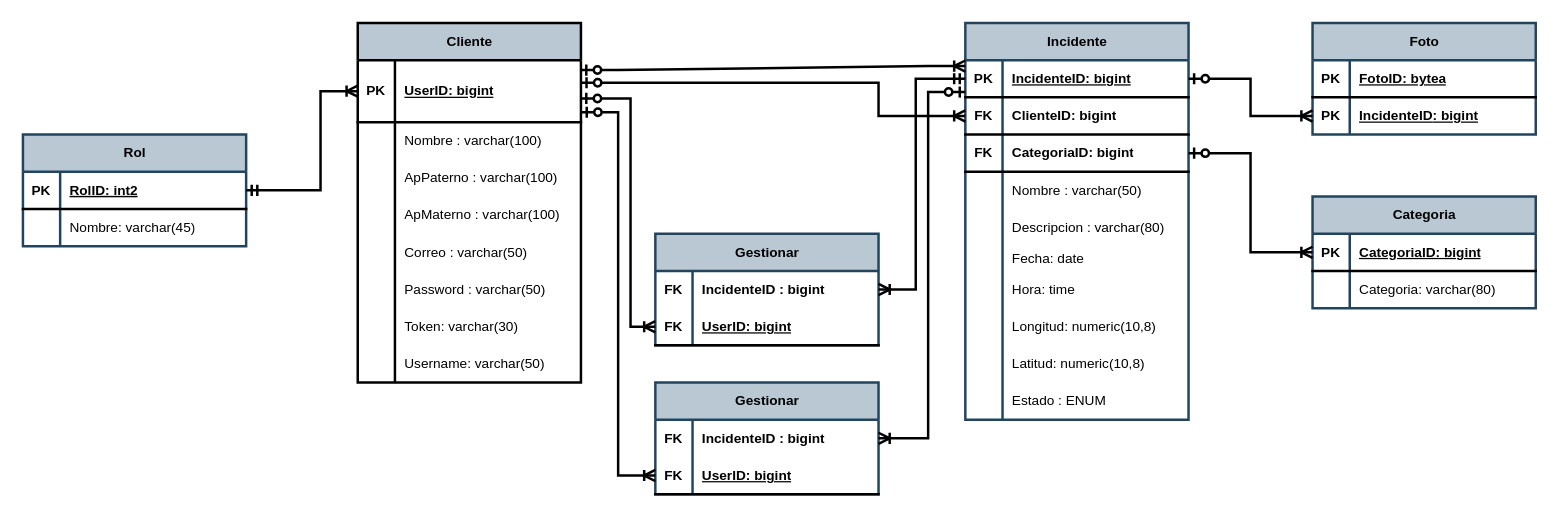
The draw.io diagram page "MR v1.1.3" (2 of 4) of database/diagrams/SISREP-DB-MODELOS.drawio in ingenieria-software-7009-2025-2/backendcouncil-api, before the edit. Source tidied: cells renumbered, new cells numbered last; positions are measured from the earlier drawing's top-left corner, leaving out a move shared by most shapes. Both pictures are drawn from the tidied source at 124%, with x=0, y=0 at pixel (22, 22).
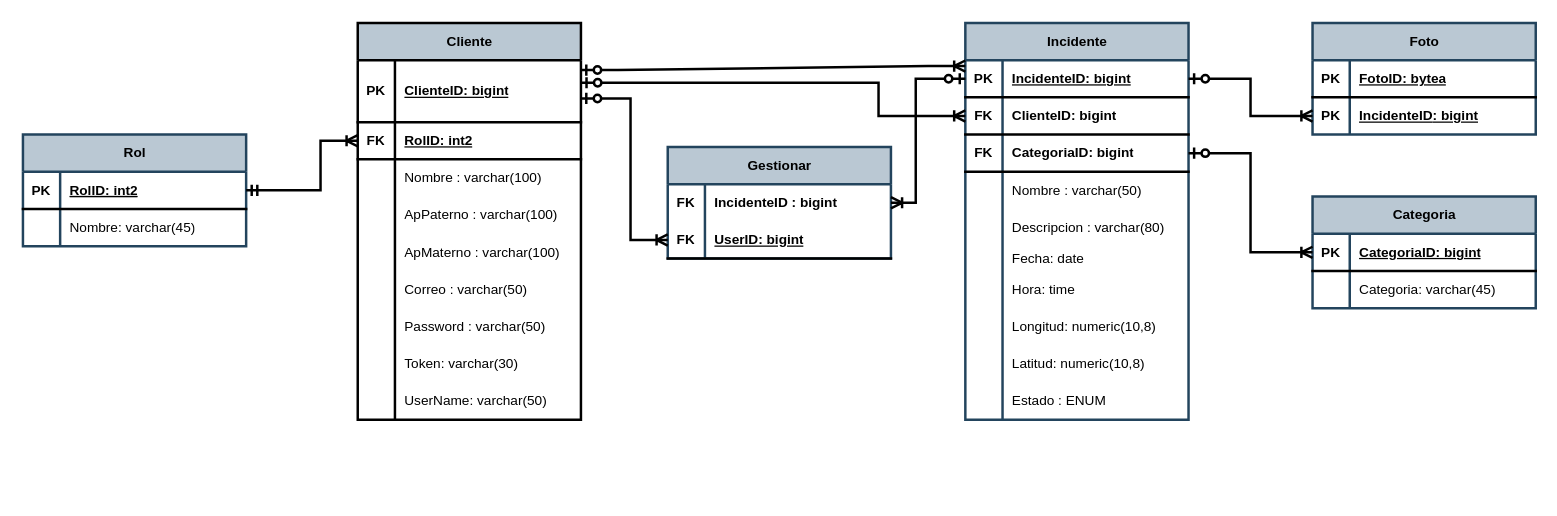
Above is the later version.

Unchanged cells that the change refers to:
```xml
<mxCell id="3" style="shape=tableRow;horizontal=0;startSize=0;swimlaneHead=0;swimlaneBody=0;fillColor=none;points=[[0,0.5],[1,0.5]];portConstraint=eastwest;top=0;left=0;right=0;bottom=1;fontFamily=Helvetica;fontSize=11;fontColor=default;labelBackgroundColor=default;strokeWidth=2;" parent="2" vertex="1">
  <mxGeometry y="30" width="180" height="50" as="geometry" />
</mxCell>
<mxCell id="31" style="shape=tableRow;horizontal=0;startSize=0;swimlaneHead=0;swimlaneBody=0;fillColor=none;top=0;left=0;right=0;bottom=0;fontFamily=Helvetica;fontSize=11;fontColor=default;labelBackgroundColor=default;strokeWidth=2;" parent="27" vertex="1">
  <mxGeometry y="60" width="180" height="30" as="geometry" />
</mxCell>
<mxCell id="35" style="shape=tableRow;horizontal=0;startSize=0;swimlaneHead=0;swimlaneBody=0;fillColor=none;points=[[0,0.5],[1,0.5]];portConstraint=eastwest;top=0;left=0;right=0;bottom=1;fontFamily=Helvetica;fontSize=11;fontColor=default;labelBackgroundColor=default;strokeWidth=2;" parent="34" vertex="1">
  <mxGeometry y="30" width="180" height="30" as="geometry" />
</mxCell>
<mxCell id="74" style="shape=tableRow;horizontal=0;startSize=0;swimlaneHead=0;swimlaneBody=0;fillColor=none;points=[[0,0.5],[1,0.5]];portConstraint=eastwest;top=0;left=0;right=0;bottom=0;fontFamily=Helvetica;fontSize=11;fontColor=default;labelBackgroundColor=default;strokeWidth=2;" parent="73" vertex="1">
  <mxGeometry y="30" width="180" height="30" as="geometry" />
</mxCell>
<mxCell id="77" style="shape=tableRow;horizontal=0;startSize=0;swimlaneHead=0;swimlaneBody=0;fillColor=none;points=[[0,0.5],[1,0.5]];portConstraint=eastwest;top=0;left=0;right=0;bottom=1;fontFamily=Helvetica;fontSize=11;fontColor=default;labelBackgroundColor=default;strokeWidth=2;" parent="73" vertex="1">
  <mxGeometry y="60" width="180" height="30" as="geometry" />
</mxCell>
<mxCell id="95" style="shape=tableRow;horizontal=0;startSize=0;swimlaneHead=0;swimlaneBody=0;fillColor=none;points=[[0,0.5],[1,0.5]];portConstraint=eastwest;top=0;left=0;right=0;bottom=1;fontFamily=Helvetica;fontSize=11;fontColor=default;labelBackgroundColor=default;strokeWidth=2;" parent="94" vertex="1">
  <mxGeometry y="30" width="180" height="30" as="geometry" />
</mxCell>
```

What changed in the source:
```diff
@@
     <mxCell id="2" value="&lt;span&gt;Cliente&lt;/span&gt;" style="shape=table;startSize=30;childLayout=tableLayout;rowLines=0;fontStyle=1;align=center;html=1;fontFamily=Helvetica;fontSize=11;labelBackgroundColor=none;strokeWidth=2;fillColor=#bac8d3;strokeColor=default;swimlaneBody=1;swimlaneHead=1;horizontal=1;fixDash=0;swimlaneLine=1;rounded=0;" parent="1" vertex="1">
-      <mxGeometry x="270" width="180" height="290" as="geometry" />
+      <mxGeometry x="270" width="180" height="320" as="geometry" />
     </mxCell>
@@
-    <mxCell id="5" value="UserID: bigint" style="shape=partialRectangle;fillColor=none;top=0;left=0;bottom=0;right=0;align=left;spacingLeft=6;fontStyle=5;overflow=hidden;whiteSpace=wrap;html=1;fontFamily=Helvetica;fontSize=11;fontColor=default;labelBackgroundColor=default;strokeWidth=2;" parent="3" vertex="1">
+    <mxCell id="5" value="ClienteID: bigint" style="shape=partialRectangle;fillColor=none;top=0;left=0;bottom=0;right=0;align=left;spacingLeft=6;fontStyle=5;overflow=hidden;whiteSpace=wrap;html=1;fontFamily=Helvetica;fontSize=11;fontColor=default;labelBackgroundColor=default;strokeWidth=2;" parent="3" vertex="1">
       <mxGeometry x="30" width="150" height="50" as="geometry" />
     </mxCell>
+    <mxCell id="102" style="shape=tableRow;horizontal=0;startSize=0;swimlaneHead=0;swimlaneBody=0;fillColor=none;points=[[0,0.5],[1,0.5]];portConstraint=eastwest;top=0;left=0;right=0;bottom=1;fontFamily=Helvetica;fontSize=11;fontColor=default;labelBackgroundColor=default;strokeWidth=2;" parent="2" vertex="1">
+      <mxGeometry y="80" width="180" height="30" as="geometry" />
+    </mxCell>
+    <mxCell id="90" value="FK" style="shape=partialRectangle;fillColor=none;top=0;left=0;bottom=0;right=0;fontStyle=1;overflow=hidden;whiteSpace=wrap;html=1;fontFamily=Helvetica;fontSize=11;fontColor=default;labelBackgroundColor=default;strokeWidth=2;" parent="102" vertex="1">
+      <mxGeometry width="30" height="30" as="geometry" />
+    </mxCell>
+    <mxCell id="103" value="RolID: int2" style="shape=partialRectangle;fillColor=none;top=0;left=0;bottom=0;right=0;align=left;spacingLeft=6;fontStyle=5;overflow=hidden;whiteSpace=wrap;html=1;fontFamily=Helvetica;fontSize=11;fontColor=default;labelBackgroundColor=default;strokeWidth=2;" parent="102" vertex="1">
+      <mxGeometry x="30" width="150" height="30" as="geometry" />
+    </mxCell>
     <mxCell id="6" style="shape=tableRow;horizontal=0;startSize=0;swimlaneHead=0;swimlaneBody=0;fillColor=none;top=0;left=0;right=0;bottom=0;fontFamily=Helvetica;fontSize=11;fontColor=default;labelBackgroundColor=default;strokeWidth=2;" parent="2" vertex="1">
-      <mxGeometry y="80" width="180" height="30" as="geometry" />
+      <mxGeometry y="110" width="180" height="30" as="geometry" />
     </mxCell>
@@
     <mxCell id="9" style="shape=tableRow;horizontal=0;startSize=0;swimlaneHead=0;swimlaneBody=0;fillColor=none;top=0;left=0;right=0;bottom=0;fontFamily=Helvetica;fontSize=11;fontColor=default;labelBackgroundColor=default;strokeWidth=2;" parent="2" vertex="1">
-      <mxGeometry y="110" width="180" height="30" as="geometry" />
+      <mxGeometry y="140" width="180" height="30" as="geometry" />
     </mxCell>
@@
     <mxCell id="12" style="shape=tableRow;horizontal=0;startSize=0;swimlaneHead=0;swimlaneBody=0;fillColor=none;top=0;left=0;right=0;bottom=0;fontFamily=Helvetica;fontSize=11;fontColor=default;labelBackgroundColor=default;strokeWidth=2;" parent="2" vertex="1">
-      <mxGeometry y="140" width="180" height="30" as="geometry" />
+      <mxGeometry y="170" width="180" height="30" as="geometry" />
     </mxCell>
@@
     <mxCell id="15" style="shape=tableRow;horizontal=0;startSize=0;swimlaneHead=0;swimlaneBody=0;fillColor=none;top=0;left=0;right=0;bottom=0;fontFamily=Helvetica;fontSize=11;fontColor=default;labelBackgroundColor=default;strokeWidth=2;" parent="2" vertex="1">
-      <mxGeometry y="170" width="180" height="30" as="geometry" />
+      <mxGeometry y="200" width="180" height="30" as="geometry" />
     </mxCell>
@@
     <mxCell id="18" style="shape=tableRow;horizontal=0;startSize=0;swimlaneHead=0;swimlaneBody=0;fillColor=none;top=0;left=0;right=0;bottom=0;fontFamily=Helvetica;fontSize=11;fontColor=default;labelBackgroundColor=default;strokeWidth=2;" parent="2" vertex="1">
-      <mxGeometry y="200" width="180" height="30" as="geometry" />
+      <mxGeometry y="230" width="180" height="30" as="geometry" />
     </mxCell>
@@
     <mxCell id="21" style="shape=tableRow;horizontal=0;startSize=0;swimlaneHead=0;swimlaneBody=0;fillColor=none;top=0;left=0;right=0;bottom=0;fontFamily=Helvetica;fontSize=11;fontColor=default;labelBackgroundColor=default;strokeWidth=2;" parent="2" vertex="1">
-      <mxGeometry y="230" width="180" height="30" as="geometry" />
+      <mxGeometry y="260" width="180" height="30" as="geometry" />
     </mxCell>
@@
     <mxCell id="24" style="shape=tableRow;horizontal=0;startSize=0;swimlaneHead=0;swimlaneBody=0;fillColor=none;top=0;left=0;right=0;bottom=0;fontFamily=Helvetica;fontSize=11;fontColor=default;labelBackgroundColor=default;strokeWidth=2;" parent="2" vertex="1">
-      <mxGeometry y="260" width="180" height="30" as="geometry" />
+      <mxGeometry y="290" width="180" height="30" as="geometry" />
     </mxCell>
@@
-    <mxCell id="26" value="Username:&amp;nbsp;varchar(50)" style="shape=partialRectangle;fillColor=none;top=0;left=0;bottom=0;right=0;align=left;spacingLeft=6;overflow=hidden;whiteSpace=wrap;html=1;fontFamily=Helvetica;fontSize=11;fontColor=default;labelBackgroundColor=default;strokeWidth=2;" parent="24" vertex="1">
+    <mxCell id="26" value="UserName:&amp;nbsp;varchar(50)" style="shape=partialRectangle;fillColor=none;top=0;left=0;bottom=0;right=0;align=left;spacingLeft=6;overflow=hidden;whiteSpace=wrap;html=1;fontFamily=Helvetica;fontSize=11;fontColor=default;labelBackgroundColor=default;strokeWidth=2;" parent="24" vertex="1">
       <mxGeometry x="30" width="150" height="30" as="geometry" />
     </mxCell>
@@
-    <mxCell id="33" value="Categoria: varchar(80)" style="shape=partialRectangle;fillColor=none;top=0;left=0;bottom=0;right=0;align=left;spacingLeft=6;overflow=hidden;whiteSpace=wrap;html=1;fontFamily=Helvetica;fontSize=11;fontColor=default;labelBackgroundColor=default;strokeWidth=2;" parent="31" vertex="1">
+    <mxCell id="33" value="Categoria: varchar(45)" style="shape=partialRectangle;fillColor=none;top=0;left=0;bottom=0;right=0;align=left;spacingLeft=6;overflow=hidden;whiteSpace=wrap;html=1;fontFamily=Helvetica;fontSize=11;fontColor=default;labelBackgroundColor=default;strokeWidth=2;" parent="31" vertex="1">
       <mxGeometry x="30" width="150" height="30" as="geometry" />
     </mxCell>
@@
     <mxCell id="73" value="&lt;span style=&quot;&quot;&gt;Gestionar&lt;/span&gt;" style="shape=table;startSize=30;childLayout=tableLayout;rowLines=0;fontStyle=1;align=center;html=1;fontFamily=Helvetica;fontSize=11;labelBackgroundColor=none;strokeWidth=2;fillColor=#bac8d3;strokeColor=light-dark(#23445D,#FFFFFF);top=1;" parent="1" vertex="1">
-      <mxGeometry x="510" y="170" width="180" height="90" as="geometry" />
+      <mxGeometry x="520" y="100" width="180" height="90" as="geometry" />
     </mxCell>
@@
     <mxCell id="80" style="edgeStyle=orthogonalEdgeStyle;fontSize=12;html=1;endArrow=ERoneToMany;startArrow=ERzeroToOne;rounded=0;strokeColor=default;align=center;verticalAlign=middle;fontFamily=Helvetica;fontColor=default;labelBackgroundColor=default;entryX=0;entryY=0.5;entryDx=0;entryDy=0;startFill=0;strokeWidth=2;exitX=0.999;exitY=0.617;exitDx=0;exitDy=0;exitPerimeter=0;" parent="1" edge="1" source="3" target="77">
       <mxGeometry relative="1" as="geometry">
         <Array as="points">
           <mxPoint x="490" y="61" />
-          <mxPoint x="490" y="245" />
+          <mxPoint x="490" y="175" />
         </Array>
       </mxGeometry>
     </mxCell>
-    <mxCell id="81" style="edgeStyle=orthogonalEdgeStyle;fontSize=12;html=1;endArrow=ERmandOne;startArrow=ERoneToMany;rounded=0;strokeColor=default;align=center;verticalAlign=middle;fontFamily=Helvetica;fontColor=default;labelBackgroundColor=default;startFill=0;endFill=0;strokeWidth=2;exitX=1;exitY=0.5;exitDx=0;exitDy=0;entryX=0;entryY=0.5;entryDx=0;entryDy=0;" parent="1" edge="1" source="74" target="35">
+    <mxCell id="81" style="edgeStyle=orthogonalEdgeStyle;fontSize=12;html=1;endArrow=ERzeroToOne;startArrow=ERoneToMany;rounded=0;strokeColor=default;align=center;verticalAlign=middle;fontFamily=Helvetica;fontColor=default;labelBackgroundColor=default;startFill=0;endFill=0;strokeWidth=2;exitX=1;exitY=0.5;exitDx=0;exitDy=0;entryX=0;entryY=0.5;entryDx=0;entryDy=0;" parent="1" edge="1" source="74" target="35">
       <mxGeometry relative="1" as="geometry">
         <Array as="points">
-          <mxPoint x="720" y="215" />
+          <mxPoint x="720" y="145" />
           <mxPoint x="720" y="45" />
         </Array>
       </mxGeometry>
     </mxCell>
@@
-    <mxCell id="85" value="Gestionar" style="shape=table;startSize=30;childLayout=tableLayout;rowLines=0;fontStyle=1;align=center;html=1;fontFamily=Helvetica;fontSize=11;labelBackgroundColor=none;strokeWidth=2;fillColor=#bac8d3;strokeColor=light-dark(#23445D,#FFFFFF);" parent="1" vertex="1">
-      <mxGeometry x="510" y="290" width="180" height="90" as="geometry" />
-    </mxCell>
-    <mxCell id="86" style="shape=tableRow;horizontal=0;startSize=0;swimlaneHead=0;swimlaneBody=0;fillColor=none;points=[[0,0.5],[1,0.5]];portConstraint=eastwest;top=0;left=0;right=0;bottom=0;fontFamily=Helvetica;fontSize=11;fontColor=default;labelBackgroundColor=default;strokeWidth=2;" parent="85" vertex="1">
-      <mxGeometry y="30" width="180" height="30" as="geometry" />
-    </mxCell>
-    <mxCell id="87" value="&lt;b&gt;FK&lt;/b&gt;" style="shape=partialRectangle;fillColor=none;top=0;left=0;bottom=0;right=0;overflow=hidden;whiteSpace=wrap;html=1;fontFamily=Helvetica;fontSize=11;fontColor=default;labelBackgroundColor=default;strokeWidth=2;" parent="86" vertex="1">
-      <mxGeometry width="30" height="30" as="geometry" />
-    </mxCell>
-    <mxCell id="88" value="&lt;b&gt;IncidenteID : bigint&lt;/b&gt;" style="shape=partialRectangle;fillColor=none;top=0;left=0;bottom=0;right=0;align=left;spacingLeft=6;overflow=hidden;whiteSpace=wrap;html=1;fontFamily=Helvetica;fontSize=11;fontColor=default;labelBackgroundColor=default;strokeWidth=2;" parent="86" vertex="1">
-      <mxGeometry x="30" width="150" height="30" as="geometry" />
-    </mxCell>
-    <mxCell id="89" style="shape=tableRow;horizontal=0;startSize=0;swimlaneHead=0;swimlaneBody=0;fillColor=none;points=[[0,0.5],[1,0.5]];portConstraint=eastwest;top=0;left=0;right=0;bottom=1;fontFamily=Helvetica;fontSize=11;fontColor=default;labelBackgroundColor=default;strokeWidth=2;" parent="85" vertex="1">
-      <mxGeometry y="60" width="180" height="30" as="geometry" />
-    </mxCell>
-    <mxCell id="90" value="FK" style="shape=partialRectangle;fillColor=none;top=0;left=0;bottom=0;right=0;fontStyle=1;overflow=hidden;whiteSpace=wrap;html=1;fontFamily=Helvetica;fontSize=11;fontColor=default;labelBackgroundColor=default;strokeWidth=2;" parent="89" vertex="1">
-      <mxGeometry width="30" height="30" as="geometry" />
-    </mxCell>
-    <mxCell id="91" value="UserID: bigint" style="shape=partialRectangle;fillColor=none;top=0;left=0;bottom=0;right=0;align=left;spacingLeft=6;fontStyle=5;overflow=hidden;whiteSpace=wrap;html=1;fontFamily=Helvetica;fontSize=11;fontColor=default;labelBackgroundColor=default;strokeWidth=2;" parent="89" vertex="1">
-      <mxGeometry x="30" width="150" height="30" as="geometry" />
-    </mxCell>
-    <mxCell id="92" style="edgeStyle=orthogonalEdgeStyle;fontSize=12;html=1;endArrow=ERoneToMany;startArrow=ERzeroToOne;rounded=0;strokeColor=default;align=center;verticalAlign=middle;fontFamily=Helvetica;fontColor=default;labelBackgroundColor=default;entryX=0;entryY=0.5;entryDx=0;entryDy=0;startFill=0;strokeWidth=2;exitX=1.001;exitY=0.84;exitDx=0;exitDy=0;exitPerimeter=0;" parent="1" edge="1" source="3" target="89">
-      <mxGeometry relative="1" as="geometry">
-        <Array as="points">
-          <mxPoint x="480" y="72" />
-          <mxPoint x="480" y="365" />
-        </Array>
-      </mxGeometry>
-    </mxCell>
-    <mxCell id="93" style="edgeStyle=orthogonalEdgeStyle;fontSize=12;html=1;endArrow=ERoneToMany;startArrow=ERzeroToOne;rounded=0;strokeColor=default;align=center;verticalAlign=middle;fontFamily=Helvetica;fontColor=default;labelBackgroundColor=default;entryX=1;entryY=0.5;entryDx=0;entryDy=0;startFill=0;strokeWidth=2;exitX=0;exitY=0.858;exitDx=0;exitDy=0;exitPerimeter=0;" parent="1" edge="1" source="35" target="86">
-      <mxGeometry relative="1" as="geometry">
-        <Array as="points">
-          <mxPoint x="730" y="56" />
-          <mxPoint x="730" y="335" />
-        </Array>
-      </mxGeometry>
-    </mxCell>
@@
-    <mxCell id="101" style="edgeStyle=orthogonalEdgeStyle;fontSize=12;html=1;endArrow=ERmandOne;startArrow=ERoneToMany;rounded=0;strokeColor=default;align=center;verticalAlign=middle;fontFamily=Helvetica;fontColor=default;labelBackgroundColor=default;entryX=1;entryY=0.5;entryDx=0;entryDy=0;startFill=0;strokeWidth=2;exitX=0;exitY=0.5;exitDx=0;exitDy=0;endFill=0;" parent="1" edge="1" source="3" target="95">
+    <mxCell id="101" style="edgeStyle=orthogonalEdgeStyle;fontSize=12;html=1;endArrow=ERmandOne;startArrow=ERoneToMany;rounded=0;strokeColor=default;align=center;verticalAlign=middle;fontFamily=Helvetica;fontColor=default;labelBackgroundColor=default;entryX=1;entryY=0.5;entryDx=0;entryDy=0;startFill=0;strokeWidth=2;exitX=0;exitY=0.5;exitDx=0;exitDy=0;endFill=0;" parent="1" edge="1" source="102" target="95">
       <mxGeometry relative="1" as="geometry">
         <Array as="points">
-          <mxPoint x="240" y="55" />
+          <mxPoint x="240" y="95" />
           <mxPoint x="240" y="135" />
         </Array>
       </mxGeometry>
     </mxCell>
```
